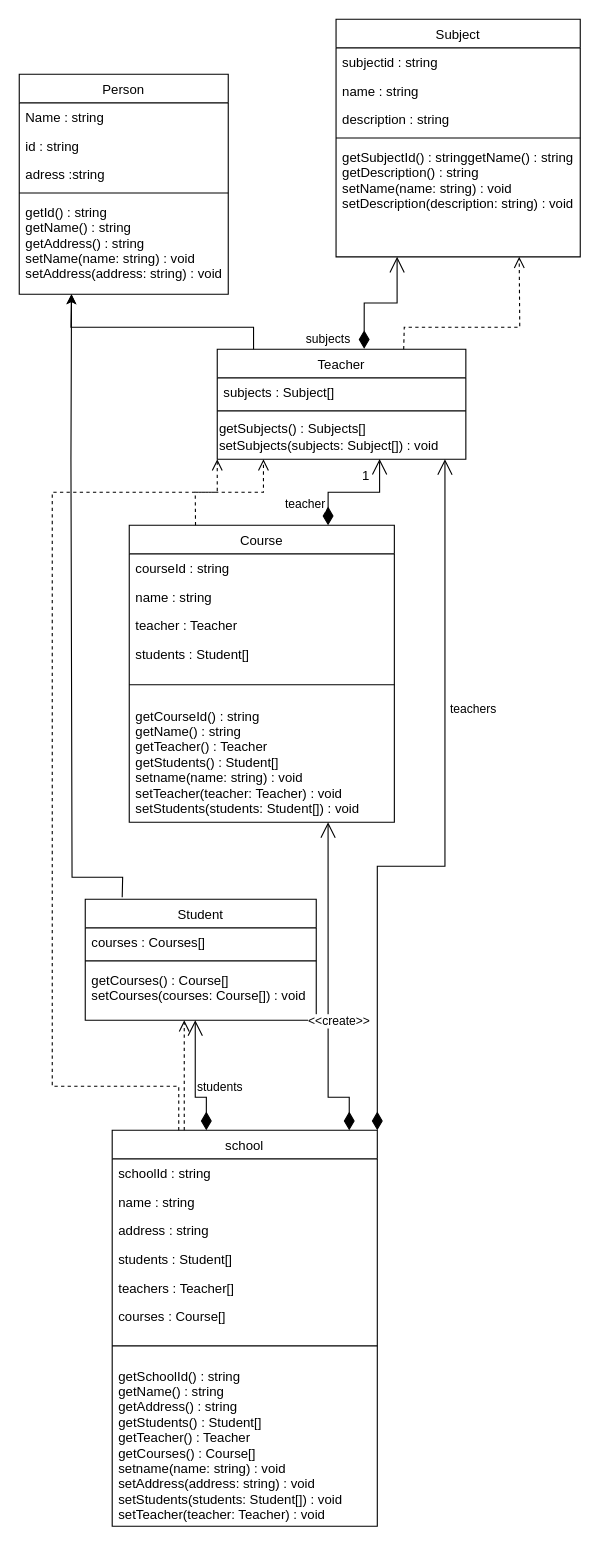
Gassani/diagrammes keeps this draw.io diagram as diagrammeEval.drawio. Above is the earlier version. Source tidied: cells renumbered, new cells numbered last; positions are measured from the earlier drawing's top-left corner, leaving out a move shared by most shapes. Both pictures are drawn from the tidied source at 110%, with x=0, y=0 at pixel (19, 19).
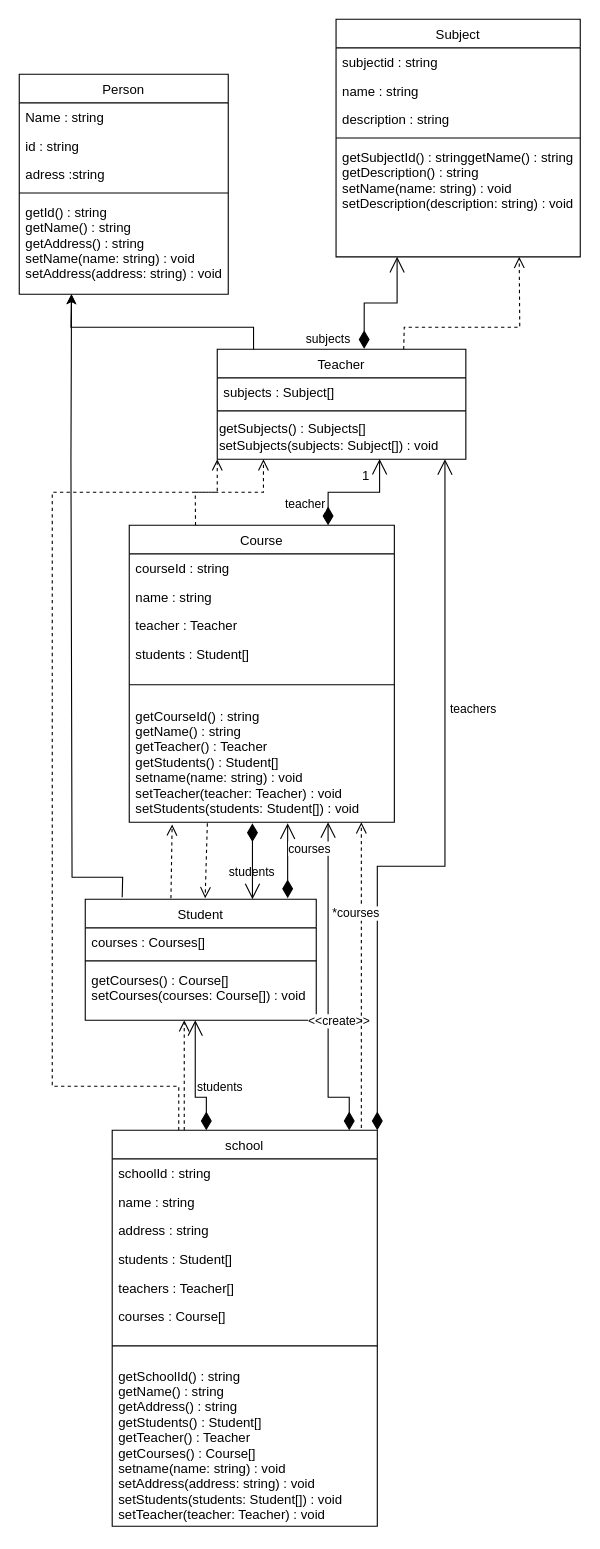
The same diagram, later.

Commit message (it also covers changes not shown here):
Mettre à jour diagrammeEval.drawio

Unchanged cells that the change refers to:
```xml
<mxCell id="8" value="Student" style="swimlane;fontStyle=0;align=center;verticalAlign=top;horizontal=1;startSize=26;rounded=0;shadow=0;strokeWidth=1;labelBackgroundColor=none;" parent="1" vertex="1">
  <mxGeometry x="60" y="800" width="210" height="110" as="geometry" />
</mxCell>
```

Diff of the diagram source:
```diff
@@
+    <mxCell id="50" style="html=1;verticalAlign=bottom;endArrow=open;dashed=1;endSize=8;curved=0;rounded=0;exitX=0.75;exitY=0;exitDx=0;exitDy=0;" parent="1" edge="1">
+      <mxGeometry relative="1" as="geometry">
+        <mxPoint x="311" y="1008" as="sourcePoint" />
+        <mxPoint x="311" y="730" as="targetPoint" />
+        <Array as="points">
+          <mxPoint x="311" y="988" />
+        </Array>
+      </mxGeometry>
+    </mxCell>
+    <mxCell id="51" value="*courses" style="edgeLabel;html=1;align=center;verticalAlign=middle;" parent="50" vertex="1">
+      <mxGeometry x="0.8" y="-6" relative="1" as="geometry">
+        <mxPoint x="-12" y="54" as="offset" />
+      </mxGeometry>
+    </mxCell>
+    <mxCell id="52" value="students" style="endArrow=open;html=1;endSize=12;startArrow=diamondThin;startSize=14;startFill=1;edgeStyle=orthogonalEdgeStyle;align=left;verticalAlign=bottom;rounded=0;" parent="1" edge="1">
+      <mxGeometry x="-0.56" y="55" relative="1" as="geometry">
+        <mxPoint x="244" y="799" as="sourcePoint" />
+        <mxPoint x="244" y="731" as="targetPoint" />
+        <Array as="points">
+          <mxPoint x="244" y="772" />
+          <mxPoint x="244" y="772" />
+        </Array>
+      </mxGeometry>
+    </mxCell>
+    <mxCell id="53" value="courses" style="endArrow=open;html=1;endSize=12;startArrow=diamondThin;startSize=14;startFill=1;edgeStyle=orthogonalEdgeStyle;align=left;verticalAlign=bottom;rounded=0;" parent="1" edge="1">
+      <mxGeometry x="-0.07" y="31" relative="1" as="geometry">
+        <mxPoint x="212" y="731" as="sourcePoint" />
+        <mxPoint x="212" y="800" as="targetPoint" />
+        <Array as="points">
+          <mxPoint x="212" y="773" />
+          <mxPoint x="212" y="773" />
+        </Array>
+      </mxGeometry>
+    </mxCell>
+    <mxCell id="54" style="html=1;verticalAlign=bottom;endArrow=open;dashed=1;endSize=8;curved=0;rounded=0;" parent="1" edge="1">
+      <mxGeometry x="-0.1" y="11" relative="1" as="geometry">
+        <mxPoint x="171" y="731" as="sourcePoint" />
+        <mxPoint x="169" y="799" as="targetPoint" />
+      </mxGeometry>
+    </mxCell>
+    <mxCell id="55" style="html=1;verticalAlign=bottom;endArrow=open;dashed=1;endSize=8;curved=0;rounded=0;exitX=0.371;exitY=-0.008;exitDx=0;exitDy=0;exitPerimeter=0;" parent="1" edge="1" source="8">
+      <mxGeometry x="-0.1" y="11" relative="1" as="geometry">
+        <mxPoint x="139" y="732" as="targetPoint" />
+      </mxGeometry>
+    </mxCell>
```
